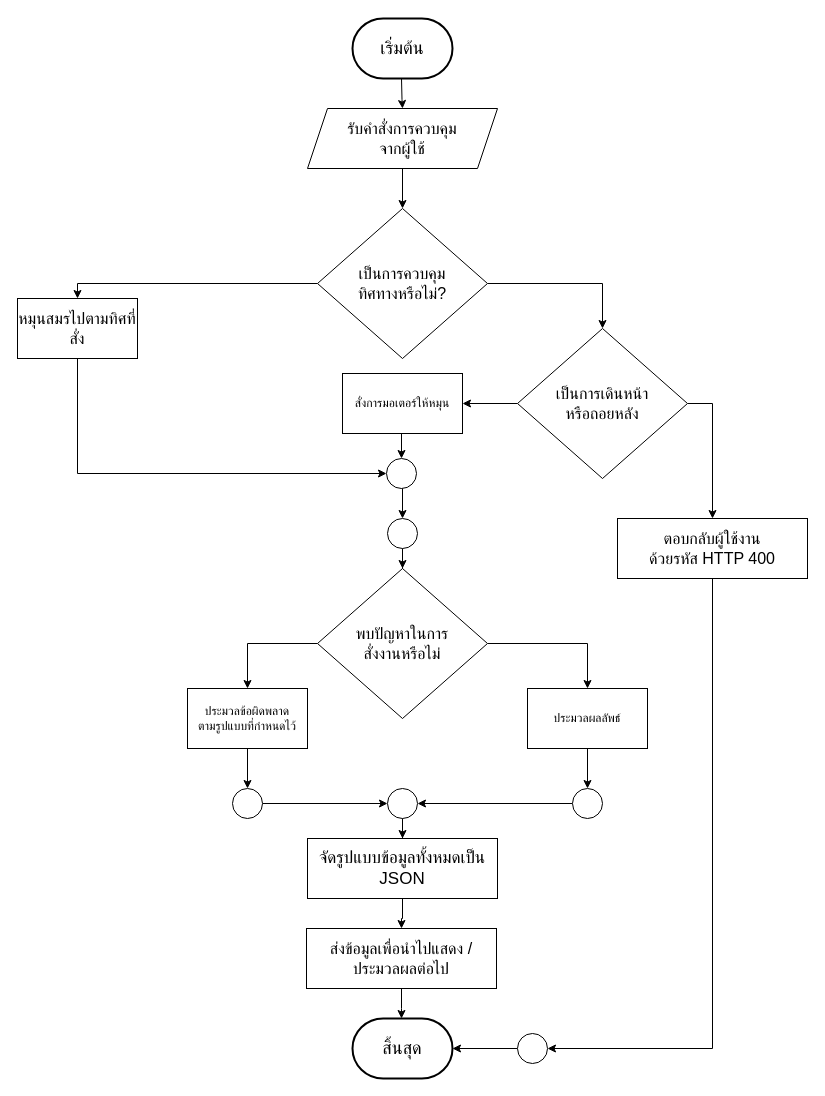
toonshouin/psc-flowchart-workshop keeps this draw.io diagram as page "control-api" (2 of 3) of function.drawio. Above is the earlier version. Source tidied: cells renumbered, new cells numbered last; positions are measured from the earlier drawing's top-left corner, leaving out a move shared by most shapes. Both pictures are drawn from the tidied source at 100%, with x=0, y=0 at pixel (17, 18).
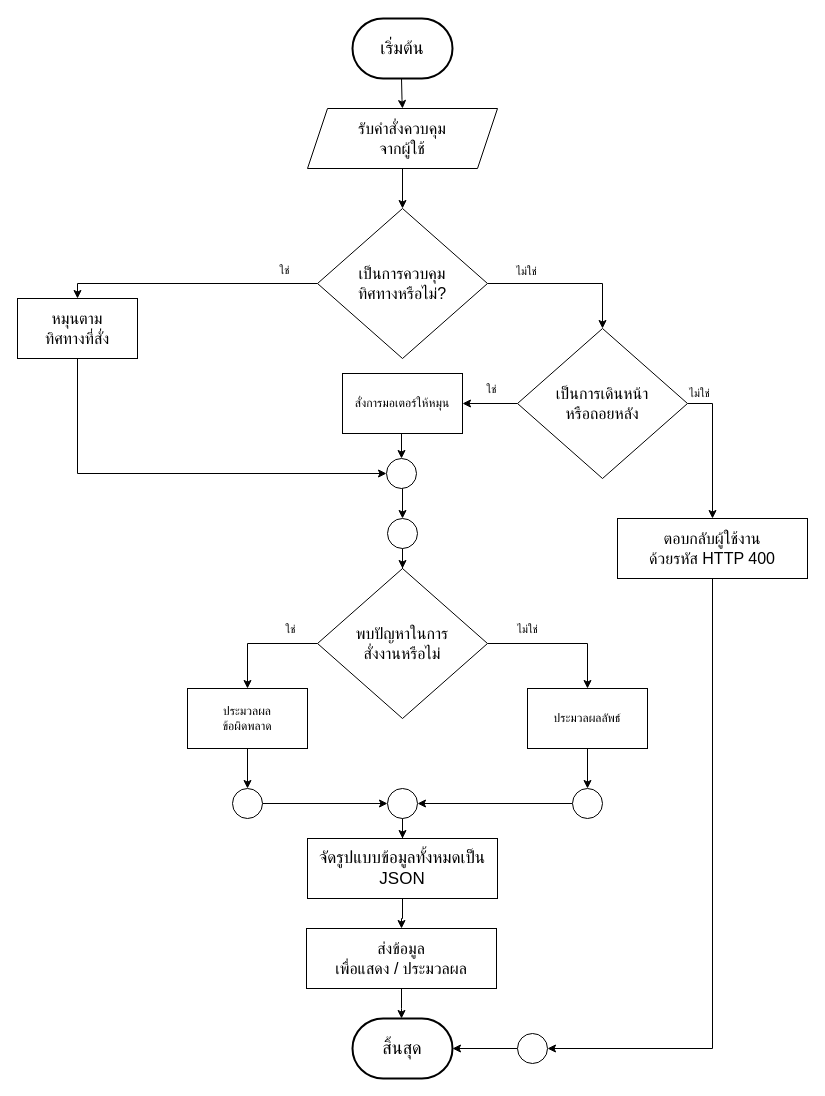
The same page after the edit.

Unchanged cells that the change refers to:
```xml
<mxCell id="5" style="edgeStyle=orthogonalEdgeStyle;rounded=0;jettySize=auto;html=1;exitX=0;exitY=0.5;exitDx=0;exitDy=0;entryX=0.5;entryY=0;entryDx=0;entryDy=0;" parent="1" edge="1" source="7" target="9">
  <mxGeometry relative="1" as="geometry">
    <Array as="points">
      <mxPoint x="60" y="265" />
    </Array>
  </mxGeometry>
</mxCell>
<mxCell id="6" style="edgeStyle=orthogonalEdgeStyle;rounded=0;jettySize=auto;html=1;exitX=1;exitY=0.5;exitDx=0;exitDy=0;entryX=0.5;entryY=0;entryDx=0;entryDy=0;" parent="1" edge="1" source="7" target="12">
  <mxGeometry relative="1" as="geometry" />
</mxCell>
<mxCell id="10" style="edgeStyle=orthogonalEdgeStyle;rounded=0;jettySize=auto;html=1;" parent="1" edge="1" source="12" target="17">
  <mxGeometry relative="1" as="geometry" />
</mxCell>
<mxCell id="11" style="edgeStyle=orthogonalEdgeStyle;rounded=0;jettySize=auto;html=1;exitX=1;exitY=0.5;exitDx=0;exitDy=0;entryX=0.5;entryY=0;entryDx=0;entryDy=0;" parent="1" edge="1" source="12" target="41">
  <mxGeometry relative="1" as="geometry" />
</mxCell>
<mxCell id="13" style="edgeStyle=orthogonalEdgeStyle;rounded=0;jettySize=auto;html=1;" parent="1" edge="1" source="15" target="22">
  <mxGeometry relative="1" as="geometry">
    <Array as="points">
      <mxPoint x="230" y="625" />
    </Array>
  </mxGeometry>
</mxCell>
<mxCell id="14" style="edgeStyle=orthogonalEdgeStyle;rounded=0;jettySize=auto;html=1;" parent="1" edge="1" source="15" target="24">
  <mxGeometry relative="1" as="geometry">
    <Array as="points">
      <mxPoint x="570" y="625" />
    </Array>
  </mxGeometry>
</mxCell>
```

The edit, as a diff of the source:
```diff
@@
-    <mxCell id="4" value="&lt;div&gt;รับคำสั่งการควบคุม&lt;/div&gt;&lt;div&gt;จากผู้ใช้&lt;/div&gt;" style="shape=parallelogram;perimeter=parallelogramPerimeter;whiteSpace=wrap;html=1;fixedSize=1;fontSize=16;" parent="1" vertex="1">
+    <mxCell id="4" value="&lt;div&gt;รับคำสั่งควบคุม&lt;/div&gt;&lt;div&gt;จากผู้ใช้&lt;/div&gt;" style="shape=parallelogram;perimeter=parallelogramPerimeter;whiteSpace=wrap;html=1;fixedSize=1;fontSize=16;" parent="1" vertex="1">
       <mxGeometry x="290" y="90" width="190" height="60" as="geometry" />
     </mxCell>
@@
+    <mxCell id="42" value="ใช่" style="edgeLabel;html=1;align=center;verticalAlign=middle;" parent="5" vertex="1">
+      <mxGeometry x="-0.73" y="1" relative="1" as="geometry">
+        <mxPoint y="-15" as="offset" />
+      </mxGeometry>
+    </mxCell>
@@
+    <mxCell id="43" value="ไม่ใช่" style="edgeLabel;html=1;align=center;verticalAlign=middle;" parent="6" vertex="1">
+      <mxGeometry x="-0.53" y="1" relative="1" as="geometry">
+        <mxPoint y="-12" as="offset" />
+      </mxGeometry>
+    </mxCell>
@@
-    <mxCell id="9" value="หมุนสมรไปตามทิศที่สั่ง" style="rounded=0;whiteSpace=wrap;html=1;fontSize=16;" parent="1" vertex="1">
+    <mxCell id="9" value="หมุนตาม&lt;div&gt;ทิศทางที่สั่ง&lt;/div&gt;" style="rounded=0;whiteSpace=wrap;html=1;fontSize=16;" parent="1" vertex="1">
       <mxGeometry y="280" width="120" height="60" as="geometry" />
     </mxCell>
@@
+    <mxCell id="44" value="ใช่" style="edgeLabel;html=1;align=center;verticalAlign=middle;" parent="10" vertex="1">
+      <mxGeometry x="-0.01" relative="1" as="geometry">
+        <mxPoint y="-15" as="offset" />
+      </mxGeometry>
+    </mxCell>
@@
+    <mxCell id="45" value="ไม่ใช่" style="edgeLabel;html=1;align=center;verticalAlign=middle;" parent="11" vertex="1">
+      <mxGeometry x="-0.84" y="1" relative="1" as="geometry">
+        <mxPoint y="-10" as="offset" />
+      </mxGeometry>
+    </mxCell>
@@
+    <mxCell id="46" value="ใช่" style="edgeLabel;html=1;align=center;verticalAlign=middle;" parent="13" vertex="1">
+      <mxGeometry x="-0.51" y="-1" relative="1" as="geometry">
+        <mxPoint y="-14" as="offset" />
+      </mxGeometry>
+    </mxCell>
@@
+    <mxCell id="47" value="ไม่ใช่" style="edgeLabel;html=1;align=center;verticalAlign=middle;" parent="14" vertex="1">
+      <mxGeometry x="-0.46" y="1" relative="1" as="geometry">
+        <mxPoint y="-14" as="offset" />
+      </mxGeometry>
+    </mxCell>
@@
-    <mxCell id="22" value="ประมวลข้อผิดพลาด&lt;div&gt;ตามรูปแบบที่กำหนดไว้&lt;/div&gt;" style="whiteSpace=wrap;html=1;" parent="1" vertex="1">
+    <mxCell id="22" value="ประมวลผล&lt;div&gt;ข้อผิดพลาด&lt;/div&gt;" style="whiteSpace=wrap;html=1;" parent="1" vertex="1">
       <mxGeometry x="170" y="670" width="120" height="60" as="geometry" />
     </mxCell>
@@
-    <mxCell id="28" value="ส่งข้อมูลเพื่อนำไปแสดง / ประมวลผลต่อไป" style="whiteSpace=wrap;html=1;fontSize=16;rounded=0;" parent="1" vertex="1">
+    <mxCell id="28" value="ส่งข้อมูล&lt;div&gt;เพื่อแสดง / ประมวลผล&lt;/div&gt;" style="whiteSpace=wrap;html=1;fontSize=16;rounded=0;" parent="1" vertex="1">
       <mxGeometry x="289" y="910" width="190" height="60" as="geometry" />
     </mxCell>
```
